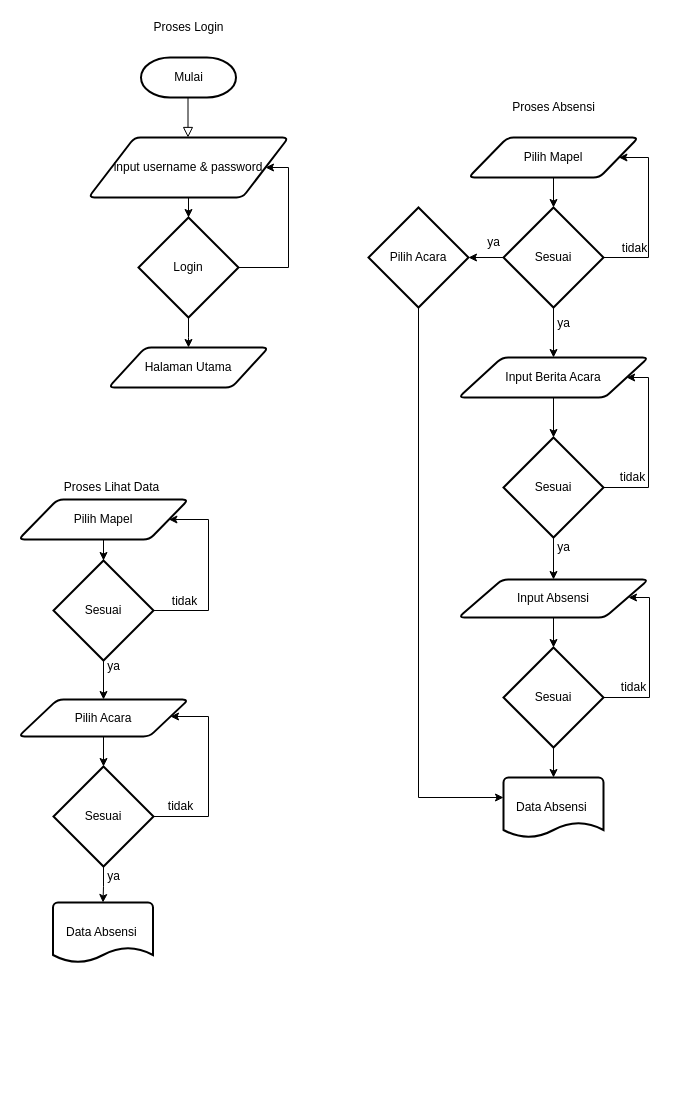
This is Untitled Diagram.drawio from wahyudi2920/afcticord_project, a draw.io file, before an edit. Source tidied: cells renumbered, new cells numbered last; positions are measured from the earlier drawing's top-left corner, leaving out a move shared by most shapes. Both pictures are drawn from the tidied source at 100%, with x=0, y=0 at pixel (18, 17).
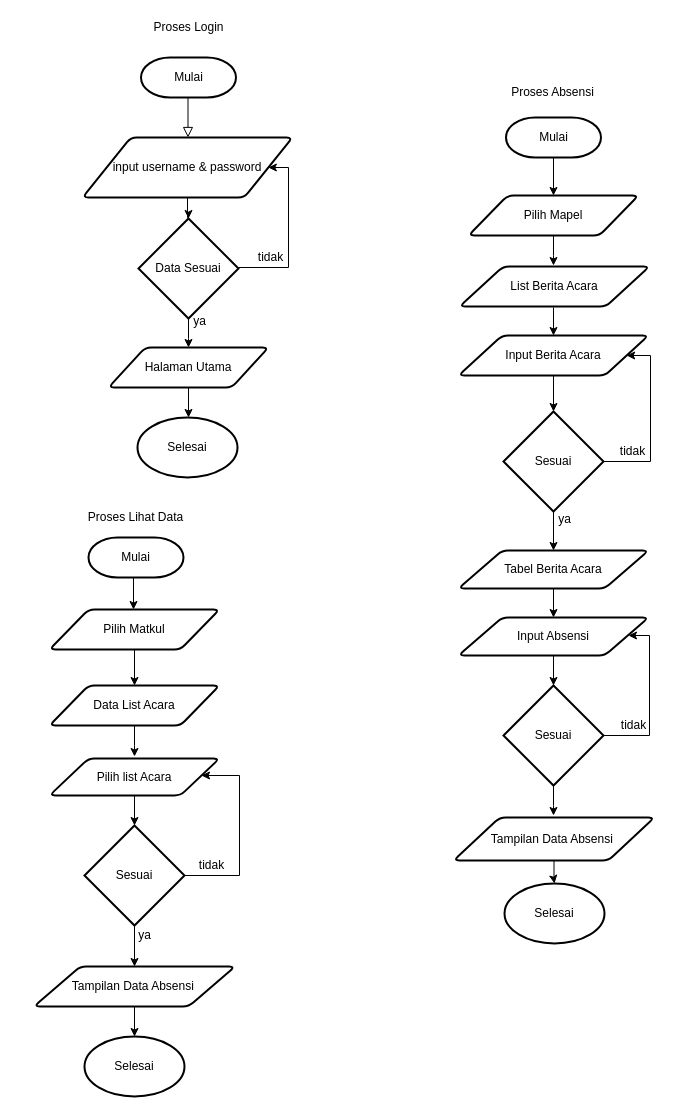
After the change.

Diff of the diagram source:
```diff
@@
     <mxCell id="5" value="input username &amp;amp; password" style="shape=parallelogram;html=1;strokeWidth=2;perimeter=parallelogramPerimeter;whiteSpace=wrap;rounded=1;arcSize=12;size=0.23;" parent="1" vertex="1">
-      <mxGeometry x="70" y="120" width="200" height="60" as="geometry" />
+      <mxGeometry x="64" y="120" width="210" height="60" as="geometry" />
     </mxCell>
@@
-    <mxCell id="8" value="Login" style="strokeWidth=2;html=1;shape=mxgraph.flowchart.decision;whiteSpace=wrap;" parent="1" vertex="1">
-      <mxGeometry x="120" y="200" width="100" height="100" as="geometry" />
+    <mxCell id="8" value="Data Sesuai" style="strokeWidth=2;html=1;shape=mxgraph.flowchart.decision;whiteSpace=wrap;" parent="1" vertex="1">
+      <mxGeometry x="120" y="201" width="100" height="100" as="geometry" />
     </mxCell>
+    <mxCell id="53" style="edgeStyle=orthogonalEdgeStyle;rounded=0;orthogonalLoop=1;jettySize=auto;html=1;entryX=0.5;entryY=0;entryDx=0;entryDy=0;entryPerimeter=0;" parent="1" edge="1">
+      <mxGeometry relative="1" as="geometry">
+        <mxPoint x="171" y="370" as="sourcePoint" />
+        <mxPoint x="170" y="400" as="targetPoint" />
+      </mxGeometry>
+    </mxCell>
@@
-    <mxCell id="10" style="edgeStyle=orthogonalEdgeStyle;rounded=0;jettySize=auto;html=1;entryX=0.5;entryY=0;entryDx=0;entryDy=0;entryPerimeter=0;" parent="1" edge="1" source="11" target="15">
-      <mxGeometry relative="1" as="geometry" />
+    <mxCell id="10" style="edgeStyle=orthogonalEdgeStyle;rounded=0;jettySize=auto;html=1;entryX=0.5;entryY=0;entryDx=0;entryDy=0;entryPerimeter=0;" parent="1" edge="1" source="11">
+      <mxGeometry relative="1" as="geometry">
+        <mxPoint x="535" y="248" as="targetPoint" />
+      </mxGeometry>
     </mxCell>
     <mxCell id="11" value="Pilih Mapel" style="shape=parallelogram;html=1;strokeWidth=2;perimeter=parallelogramPerimeter;whiteSpace=wrap;rounded=1;arcSize=12;size=0.23;" parent="1" vertex="1">
-      <mxGeometry x="450" y="120" width="170" height="40" as="geometry" />
+      <mxGeometry x="450" y="178" width="170" height="40" as="geometry" />
     </mxCell>
-    <mxCell id="12" style="edgeStyle=orthogonalEdgeStyle;rounded=0;jettySize=auto;html=1;entryX=1;entryY=0.5;entryDx=0;entryDy=0;exitX=1;exitY=0.5;exitDx=0;exitDy=0;exitPerimeter=0;" parent="1" edge="1" source="15" target="11">
-      <mxGeometry relative="1" as="geometry">
-        <Array as="points">
-          <mxPoint x="630" y="240" />
-          <mxPoint x="630" y="140" />
-        </Array>
-      </mxGeometry>
-    </mxCell>
-    <mxCell id="13" style="edgeStyle=orthogonalEdgeStyle;rounded=0;jettySize=auto;html=1;entryX=0.5;entryY=0;entryDx=0;entryDy=0;" parent="1" edge="1" source="15" target="19">
-      <mxGeometry relative="1" as="geometry" />
+    <mxCell id="13" style="edgeStyle=orthogonalEdgeStyle;rounded=0;jettySize=auto;html=1;entryX=0.5;entryY=0;entryDx=0;entryDy=0;" parent="1" edge="1" target="19">
+      <mxGeometry relative="1" as="geometry">
+        <mxPoint x="535" y="290" as="sourcePoint" />
+      </mxGeometry>
     </mxCell>
-    <mxCell id="14" style="edgeStyle=orthogonalEdgeStyle;rounded=0;jettySize=auto;html=1;entryX=1;entryY=0.5;entryDx=0;entryDy=0;entryPerimeter=0;" parent="1" edge="1" source="15" target="33">
-      <mxGeometry relative="1" as="geometry" />
-    </mxCell>
-    <mxCell id="15" value="Sesuai" style="strokeWidth=2;html=1;shape=mxgraph.flowchart.decision;whiteSpace=wrap;" parent="1" vertex="1">
-      <mxGeometry x="485" y="190" width="100" height="100" as="geometry" />
-    </mxCell>
-    <mxCell id="16" value="tidak" style="text;html=1;align=center;verticalAlign=middle;" parent="1" vertex="1">
-      <mxGeometry x="596" y="221" width="40" height="20" as="geometry" />
-    </mxCell>
-    <mxCell id="17" value="ya" style="text;html=1;align=center;verticalAlign=middle;" parent="1" vertex="1">
-      <mxGeometry x="530" y="296" width="30" height="20" as="geometry" />
-    </mxCell>
@@
     <mxCell id="19" value="Input Berita Acara" style="shape=parallelogram;html=1;strokeWidth=2;perimeter=parallelogramPerimeter;whiteSpace=wrap;rounded=1;arcSize=12;size=0.23;" parent="1" vertex="1">
-      <mxGeometry x="440" y="340" width="190" height="40" as="geometry" />
+      <mxGeometry x="440" y="318" width="190" height="40" as="geometry" />
     </mxCell>
-    <mxCell id="20" style="edgeStyle=orthogonalEdgeStyle;rounded=0;jettySize=auto;html=1;entryX=1;entryY=0.5;entryDx=0;entryDy=0;" parent="1" edge="1" source="22" target="19">
+    <mxCell id="20" style="edgeStyle=orthogonalEdgeStyle;rounded=0;jettySize=auto;html=1;exitX=1;exitY=0.5;exitDx=0;exitDy=0;exitPerimeter=0;" parent="1" edge="1" source="22" target="19">
       <mxGeometry relative="1" as="geometry">
         <Array as="points">
-          <mxPoint x="630" y="470" />
-          <mxPoint x="630" y="360" />
+          <mxPoint x="632" y="444" />
+          <mxPoint x="632" y="338" />
         </Array>
       </mxGeometry>
     </mxCell>
-    <mxCell id="21" style="edgeStyle=orthogonalEdgeStyle;rounded=0;jettySize=auto;html=1;entryX=0.5;entryY=0;entryDx=0;entryDy=0;" parent="1" edge="1" source="22" target="25">
-      <mxGeometry relative="1" as="geometry" />
-    </mxCell>
+    <mxCell id="54" style="edgeStyle=orthogonalEdgeStyle;rounded=0;jettySize=auto;html=1;entryX=0.5;entryY=0;entryDx=0;entryDy=0;" parent="1" edge="1" source="22" target="63">
+      <mxGeometry relative="1" as="geometry" />
+    </mxCell>
     <mxCell id="22" value="Sesuai" style="strokeWidth=2;html=1;shape=mxgraph.flowchart.decision;whiteSpace=wrap;" parent="1" vertex="1">
-      <mxGeometry x="485" y="420" width="100" height="100" as="geometry" />
+      <mxGeometry x="485" y="394" width="100" height="100" as="geometry" />
     </mxCell>
     <mxCell id="23" value="tidak" style="text;html=1;align=center;verticalAlign=middle;" parent="1" vertex="1">
-      <mxGeometry x="594" y="450" width="40" height="20" as="geometry" />
+      <mxGeometry x="594" y="424" width="40" height="20" as="geometry" />
     </mxCell>
@@
     <mxCell id="25" value="Input Absensi" style="shape=parallelogram;html=1;strokeWidth=2;perimeter=parallelogramPerimeter;whiteSpace=wrap;rounded=1;arcSize=12;size=0.23;" parent="1" vertex="1">
-      <mxGeometry x="440" y="562" width="190" height="38" as="geometry" />
+      <mxGeometry x="440" y="600" width="190" height="38" as="geometry" />
     </mxCell>
     <mxCell id="26" value="ya" style="text;html=1;align=center;verticalAlign=middle;" parent="1" vertex="1">
-      <mxGeometry x="530" y="520" width="30" height="20" as="geometry" />
+      <mxGeometry x="531" y="492" width="30" height="20" as="geometry" />
     </mxCell>
     <mxCell id="27" style="edgeStyle=orthogonalEdgeStyle;rounded=0;orthogonalLoop=1;jettySize=auto;html=1;" parent="1" edge="1">
       <mxGeometry relative="1" as="geometry">
-        <mxPoint x="581" y="680" as="sourcePoint" />
-        <mxPoint x="610" y="580" as="targetPoint" />
+        <mxPoint x="581" y="718" as="sourcePoint" />
+        <mxPoint x="610" y="618" as="targetPoint" />
         <Array as="points">
-          <mxPoint x="631" y="680" />
-          <mxPoint x="631" y="580" />
+          <mxPoint x="631" y="718" />
+          <mxPoint x="631" y="618" />
         </Array>
       </mxGeometry>
     </mxCell>
-    <mxCell id="28" style="edgeStyle=orthogonalEdgeStyle;rounded=0;jettySize=auto;html=1;entryX=0.5;entryY=0;entryDx=0;entryDy=0;entryPerimeter=0;" parent="1" edge="1" source="29" target="31">
-      <mxGeometry relative="1" as="geometry" />
+    <mxCell id="28" style="edgeStyle=orthogonalEdgeStyle;rounded=0;jettySize=auto;html=1;entryX=0.5;entryY=0;entryDx=0;entryDy=0;entryPerimeter=0;" parent="1" edge="1" source="29">
+      <mxGeometry relative="1" as="geometry">
+        <mxPoint x="535" y="798" as="targetPoint" />
+      </mxGeometry>
     </mxCell>
     <mxCell id="29" value="Sesuai" style="strokeWidth=2;html=1;shape=mxgraph.flowchart.decision;whiteSpace=wrap;" parent="1" vertex="1">
-      <mxGeometry x="485" y="630" width="100" height="100" as="geometry" />
+      <mxGeometry x="485" y="668" width="100" height="100" as="geometry" />
     </mxCell>
     <mxCell id="30" value="tidak" style="text;html=1;align=center;verticalAlign=middle;" parent="1" vertex="1">
-      <mxGeometry x="595" y="660" width="40" height="20" as="geometry" />
+      <mxGeometry x="595" y="698" width="40" height="20" as="geometry" />
     </mxCell>
-    <mxCell id="31" value="Data Absensi&amp;nbsp;" style="strokeWidth=2;html=1;shape=mxgraph.flowchart.document2;whiteSpace=wrap;size=0.25;" parent="1" vertex="1">
-      <mxGeometry x="485" y="760" width="100" height="60" as="geometry" />
-    </mxCell>
-    <mxCell id="32" style="edgeStyle=orthogonalEdgeStyle;rounded=0;jettySize=auto;html=1;exitX=0.5;exitY=1;exitDx=0;exitDy=0;exitPerimeter=0;" parent="1" edge="1" source="33">
-      <mxGeometry relative="1" as="geometry">
-        <mxPoint x="485" y="780" as="targetPoint" />
-        <Array as="points">
-          <mxPoint x="400" y="780" />
-        </Array>
-      </mxGeometry>
-    </mxCell>
-    <mxCell id="33" value="Pilih Acara" style="strokeWidth=2;html=1;shape=mxgraph.flowchart.decision;whiteSpace=wrap;" parent="1" vertex="1">
-      <mxGeometry x="350" y="190" width="100" height="100" as="geometry" />
-    </mxCell>
@@
     <mxCell id="35" value="Proses Absensi" style="text;html=1;align=center;verticalAlign=middle;" parent="1" vertex="1">
-      <mxGeometry x="485" y="80" width="100" height="20" as="geometry" />
+      <mxGeometry x="484" y="65" width="100" height="20" as="geometry" />
     </mxCell>
-    <mxCell id="36" value="ya" style="text;html=1;align=center;verticalAlign=middle;" parent="1" vertex="1">
-      <mxGeometry x="460" y="215" width="30" height="20" as="geometry" />
-    </mxCell>
-    <mxCell id="37" style="edgeStyle=orthogonalEdgeStyle;rounded=0;jettySize=auto;html=1;entryX=0.5;entryY=0;entryDx=0;entryDy=0;entryPerimeter=0;" parent="1" edge="1" source="38" target="41">
-      <mxGeometry relative="1" as="geometry" />
+    <mxCell id="37" style="edgeStyle=orthogonalEdgeStyle;rounded=0;jettySize=auto;html=1;" parent="1" edge="1" source="38">
+      <mxGeometry relative="1" as="geometry">
+        <mxPoint x="116" y="739" as="targetPoint" />
+      </mxGeometry>
     </mxCell>
-    <mxCell id="38" value="Pilih Mapel" style="shape=parallelogram;html=1;strokeWidth=2;perimeter=parallelogramPerimeter;whiteSpace=wrap;rounded=1;arcSize=12;size=0.23;" parent="1" vertex="1">
-      <mxGeometry y="482" width="170" height="40" as="geometry" />
+    <mxCell id="38" value="Data List Acara" style="shape=parallelogram;html=1;strokeWidth=2;perimeter=parallelogramPerimeter;whiteSpace=wrap;rounded=1;arcSize=12;size=0.23;" parent="1" vertex="1">
+      <mxGeometry x="31" y="668" width="170" height="40" as="geometry" />
     </mxCell>
-    <mxCell id="39" style="edgeStyle=orthogonalEdgeStyle;rounded=0;jettySize=auto;html=1;entryX=1;entryY=0.5;entryDx=0;entryDy=0;exitX=1;exitY=0.5;exitDx=0;exitDy=0;exitPerimeter=0;" parent="1" edge="1" source="41" target="38">
-      <mxGeometry relative="1" as="geometry">
-        <Array as="points">
-          <mxPoint x="190" y="593" />
-          <mxPoint x="190" y="502" />
-        </Array>
-      </mxGeometry>
-    </mxCell>
-    <mxCell id="40" style="edgeStyle=orthogonalEdgeStyle;rounded=0;jettySize=auto;html=1;entryX=0.5;entryY=0;entryDx=0;entryDy=0;" parent="1" edge="1" source="41" target="45">
-      <mxGeometry relative="1" as="geometry" />
-    </mxCell>
-    <mxCell id="41" value="Sesuai" style="strokeWidth=2;html=1;shape=mxgraph.flowchart.decision;whiteSpace=wrap;" parent="1" vertex="1">
-      <mxGeometry x="35" y="543" width="100" height="100" as="geometry" />
-    </mxCell>
-    <mxCell id="42" value="tidak" style="text;html=1;align=center;verticalAlign=middle;" parent="1" vertex="1">
-      <mxGeometry x="146" y="574" width="40" height="20" as="geometry" />
-    </mxCell>
     <mxCell id="43" value="ya" style="text;html=1;align=center;verticalAlign=middle;" parent="1" vertex="1">
-      <mxGeometry x="80" y="849" width="30" height="20" as="geometry" />
+      <mxGeometry x="111" y="908" width="30" height="20" as="geometry" />
     </mxCell>
@@
-    <mxCell id="45" value="Pilih Acara" style="shape=parallelogram;html=1;strokeWidth=2;perimeter=parallelogramPerimeter;whiteSpace=wrap;rounded=1;arcSize=12;size=0.23;" parent="1" vertex="1">
-      <mxGeometry y="682" width="170" height="37" as="geometry" />
+    <mxCell id="45" value="Pilih list Acara" style="shape=parallelogram;html=1;strokeWidth=2;perimeter=parallelogramPerimeter;whiteSpace=wrap;rounded=1;arcSize=12;size=0.23;" parent="1" vertex="1">
+      <mxGeometry x="31" y="741" width="170" height="37" as="geometry" />
     </mxCell>
-    <mxCell id="46" value="Data Absensi&amp;nbsp;" style="strokeWidth=2;html=1;shape=mxgraph.flowchart.document2;whiteSpace=wrap;size=0.25;" parent="1" vertex="1">
-      <mxGeometry x="34.5" y="885" width="100" height="60" as="geometry" />
-    </mxCell>
-    <mxCell id="47" style="edgeStyle=orthogonalEdgeStyle;rounded=0;jettySize=auto;html=1;entryX=0.5;entryY=0;entryDx=0;entryDy=0;entryPerimeter=0;" parent="1" edge="1" source="49" target="46">
-      <mxGeometry relative="1" as="geometry" />
+    <mxCell id="47" style="edgeStyle=orthogonalEdgeStyle;rounded=0;jettySize=auto;html=1;entryX=0.5;entryY=0;entryDx=0;entryDy=0;entryPerimeter=0;" parent="1" edge="1" source="49">
+      <mxGeometry relative="1" as="geometry">
+        <mxPoint x="116" y="949" as="targetPoint" />
+      </mxGeometry>
     </mxCell>
     <mxCell id="48" style="edgeStyle=orthogonalEdgeStyle;rounded=0;jettySize=auto;html=1;" parent="1" edge="1" source="49" target="45">
       <mxGeometry relative="1" as="geometry">
         <Array as="points">
-          <mxPoint x="190" y="799" />
-          <mxPoint x="190" y="699" />
+          <mxPoint x="221" y="858" />
+          <mxPoint x="221" y="758" />
         </Array>
       </mxGeometry>
     </mxCell>
     <mxCell id="49" value="Sesuai" style="strokeWidth=2;html=1;shape=mxgraph.flowchart.decision;whiteSpace=wrap;" parent="1" vertex="1">
-      <mxGeometry x="35" y="749" width="100" height="100" as="geometry" />
+      <mxGeometry x="66" y="808" width="100" height="100" as="geometry" />
     </mxCell>
     <mxCell id="50" value="tidak" style="text;html=1;align=center;verticalAlign=middle;" parent="1" vertex="1">
-      <mxGeometry x="142" y="779" width="40" height="20" as="geometry" />
+      <mxGeometry x="173" y="838" width="40" height="20" as="geometry" />
     </mxCell>
     <mxCell id="51" value="Proses Lihat Data" style="text;html=1;align=center;verticalAlign=middle;" parent="1" vertex="1">
-      <mxGeometry x="38" y="460" width="110" height="20" as="geometry" />
+      <mxGeometry x="62" y="490" width="110" height="20" as="geometry" />
     </mxCell>
-    <mxCell id="52" value="ya" style="text;html=1;align=center;verticalAlign=middle;" parent="1" vertex="1">
-      <mxGeometry x="80" y="639" width="30" height="20" as="geometry" />
-    </mxCell>
+    <mxCell id="55" value="ya" style="text;html=1;align=center;verticalAlign=middle;strokeColor=none;" parent="1" vertex="1">
+      <mxGeometry x="166" y="294" width="30" height="20" as="geometry" />
+    </mxCell>
+    <mxCell id="56" value="tidak" style="text;html=1;align=center;verticalAlign=middle;strokeColor=none;" parent="1" vertex="1">
+      <mxGeometry x="232" y="230" width="40" height="20" as="geometry" />
+    </mxCell>
+    <mxCell id="57" style="edgeStyle=orthogonalEdgeStyle;rounded=0;jettySize=auto;html=1;entryX=0.5;entryY=0;entryDx=0;entryDy=0;entryPerimeter=0;" parent="1" edge="1" source="58" target="71">
+      <mxGeometry relative="1" as="geometry" />
+    </mxCell>
+    <mxCell id="58" value="&lt;span&gt;Tampilan Data Absensi&amp;nbsp;&lt;/span&gt;" style="shape=parallelogram;html=1;strokeWidth=2;perimeter=parallelogramPerimeter;whiteSpace=wrap;rounded=1;arcSize=12;size=0.23;" parent="1" vertex="1">
+      <mxGeometry x="435" y="800" width="201" height="43" as="geometry" />
+    </mxCell>
+    <mxCell id="59" style="edgeStyle=orthogonalEdgeStyle;rounded=0;jettySize=auto;html=1;entryX=0.5;entryY=0;entryDx=0;entryDy=0;entryPerimeter=0;" parent="1" edge="1" source="60" target="68">
+      <mxGeometry relative="1" as="geometry" />
+    </mxCell>
+    <mxCell id="60" value="&lt;span&gt;Tampilan Data Absensi&amp;nbsp;&lt;/span&gt;" style="shape=parallelogram;html=1;strokeWidth=2;perimeter=parallelogramPerimeter;whiteSpace=wrap;rounded=1;arcSize=12;size=0.23;" parent="1" vertex="1">
+      <mxGeometry x="15.5" y="949" width="201" height="40" as="geometry" />
+    </mxCell>
+    <mxCell id="61" value="List Berita Acara" style="shape=parallelogram;html=1;strokeWidth=2;perimeter=parallelogramPerimeter;whiteSpace=wrap;rounded=1;arcSize=12;size=0.23;" parent="1" vertex="1">
+      <mxGeometry x="441" y="249" width="190" height="40" as="geometry" />
+    </mxCell>
+    <mxCell id="62" style="edgeStyle=orthogonalEdgeStyle;rounded=0;jettySize=auto;html=1;entryX=0.5;entryY=0;entryDx=0;entryDy=0;" parent="1" edge="1" source="63" target="25">
+      <mxGeometry relative="1" as="geometry" />
+    </mxCell>
+    <mxCell id="63" value="Tabel Berita Acara" style="shape=parallelogram;html=1;strokeWidth=2;perimeter=parallelogramPerimeter;whiteSpace=wrap;rounded=1;arcSize=12;size=0.23;" parent="1" vertex="1">
+      <mxGeometry x="440" y="533" width="190" height="38" as="geometry" />
+    </mxCell>
+    <mxCell id="64" style="edgeStyle=orthogonalEdgeStyle;rounded=0;jettySize=auto;html=1;entryX=0.5;entryY=0;entryDx=0;entryDy=0;" parent="1" edge="1" source="65" target="38">
+      <mxGeometry relative="1" as="geometry" />
+    </mxCell>
+    <mxCell id="65" value="Pilih Matkul" style="shape=parallelogram;html=1;strokeWidth=2;perimeter=parallelogramPerimeter;whiteSpace=wrap;rounded=1;arcSize=12;size=0.23;" parent="1" vertex="1">
+      <mxGeometry x="31" y="592" width="170" height="40" as="geometry" />
+    </mxCell>
+    <mxCell id="66" style="edgeStyle=orthogonalEdgeStyle;rounded=0;orthogonalLoop=1;jettySize=auto;html=1;" parent="1" edge="1">
+      <mxGeometry relative="1" as="geometry">
+        <mxPoint x="116.5" y="560" as="sourcePoint" />
+        <mxPoint x="115" y="592" as="targetPoint" />
+      </mxGeometry>
+    </mxCell>
+    <mxCell id="67" value="Mulai" style="strokeWidth=2;html=1;shape=mxgraph.flowchart.terminator;whiteSpace=wrap;" parent="1" vertex="1">
+      <mxGeometry x="70" y="520" width="95" height="40" as="geometry" />
+    </mxCell>
+    <mxCell id="68" value="Selesai" style="strokeWidth=2;html=1;shape=mxgraph.flowchart.start_1;whiteSpace=wrap;" parent="1" vertex="1">
+      <mxGeometry x="66" y="1019" width="100" height="60" as="geometry" />
+    </mxCell>
+    <mxCell id="69" style="edgeStyle=orthogonalEdgeStyle;rounded=0;jettySize=auto;html=1;entryX=0.5;entryY=0;entryDx=0;entryDy=0;" parent="1" edge="1" source="70" target="11">
+      <mxGeometry relative="1" as="geometry" />
+    </mxCell>
+    <mxCell id="70" value="Mulai" style="strokeWidth=2;html=1;shape=mxgraph.flowchart.terminator;whiteSpace=wrap;" parent="1" vertex="1">
+      <mxGeometry x="487.5" y="100" width="95" height="40" as="geometry" />
+    </mxCell>
+    <mxCell id="71" value="Selesai" style="strokeWidth=2;html=1;shape=mxgraph.flowchart.start_1;whiteSpace=wrap;" parent="1" vertex="1">
+      <mxGeometry x="486" y="866" width="100" height="60" as="geometry" />
+    </mxCell>
+    <mxCell id="72" value="Selesai" style="strokeWidth=2;html=1;shape=mxgraph.flowchart.start_1;whiteSpace=wrap;" parent="1" vertex="1">
+      <mxGeometry x="119" y="400" width="100" height="60" as="geometry" />
+    </mxCell>
```
